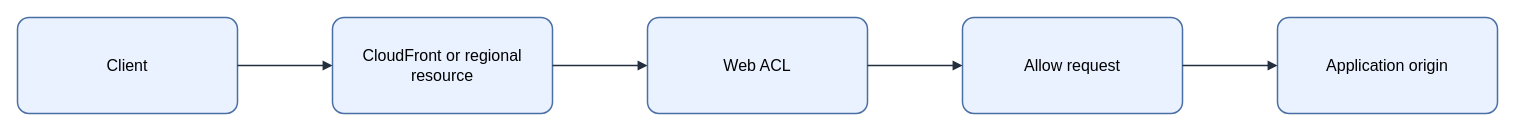
Earlier version of the draw.io diagram assets/img/aws/aws-waf-request-flow.drawio (KKamJi98/kkamji98.github.io). Source tidied: cells renumbered, new cells numbered last; positions are measured from the earlier drawing's top-left corner, leaving out a move shared by most shapes. Both pictures are drawn from the tidied source at 100%, with x=0, y=0 at pixel (17, 17).
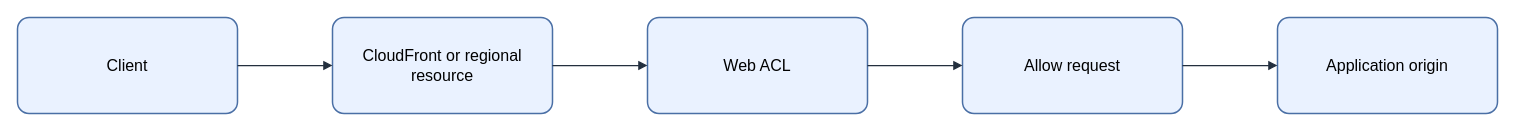
After the change.

Change to the diagram source:
```diff
@@
 <mxGraphModel background="#FFFFFF">
   <root>
     <mxCell id="0" />
     <mxCell id="1" parent="0" />
-    <mxCell id="2" value="&lt;font style=&quot;color: rgb(0, 0, 0);&quot;&gt;Client&lt;/font&gt;" style="rounded=1;arcSize=12;whiteSpace=wrap;html=1;fillColor=#EAF2FF;strokeColor=#4A6FA5;strokeWidth=1.5;fontColor=#000000;fontSize=16;align=center;verticalAlign=middle;spacing=8;shadow=0;" parent="1" vertex="1">
+    <mxCell id="2" value="Client" style="rounded=1;arcSize=12;whiteSpace=wrap;html=0;fillColor=#EAF2FF;strokeColor=#4A6FA5;strokeWidth=1.5;fontColor=#000000;fontSize=16;align=center;verticalAlign=middle;spacing=8;shadow=0;" parent="1" vertex="1">
       <mxGeometry width="220" height="96" as="geometry" />
     </mxCell>
-    <mxCell id="3" value="&lt;font style=&quot;color: rgb(0, 0, 0);&quot;&gt;CloudFront or regional resource&lt;/font&gt;" style="rounded=1;arcSize=12;whiteSpace=wrap;html=1;fillColor=#EAF2FF;strokeColor=#4A6FA5;strokeWidth=1.5;fontColor=#000000;fontSize=16;align=center;verticalAlign=middle;spacing=8;shadow=0;" parent="1" vertex="1">
+    <mxCell id="3" value="CloudFront or regional resource" style="rounded=1;arcSize=12;whiteSpace=wrap;html=0;fillColor=#EAF2FF;strokeColor=#4A6FA5;strokeWidth=1.5;fontColor=#000000;fontSize=16;align=center;verticalAlign=middle;spacing=8;shadow=0;" parent="1" vertex="1">
       <mxGeometry x="315" width="220" height="96" as="geometry" />
     </mxCell>
-    <mxCell id="4" value="&lt;font style=&quot;color: rgb(0, 0, 0);&quot;&gt;Web ACL&lt;/font&gt;" style="rounded=1;arcSize=12;whiteSpace=wrap;html=1;fillColor=#EAF2FF;strokeColor=#4A6FA5;strokeWidth=1.5;fontColor=#000000;fontSize=16;align=center;verticalAlign=middle;spacing=8;shadow=0;" parent="1" vertex="1">
+    <mxCell id="4" value="Web ACL" style="rounded=1;arcSize=12;whiteSpace=wrap;html=0;fillColor=#EAF2FF;strokeColor=#4A6FA5;strokeWidth=1.5;fontColor=#000000;fontSize=16;align=center;verticalAlign=middle;spacing=8;shadow=0;" parent="1" vertex="1">
       <mxGeometry x="630" width="220" height="96" as="geometry" />
     </mxCell>
-    <mxCell id="5" value="&lt;font style=&quot;color: rgb(0, 0, 0);&quot;&gt;Allow request&lt;/font&gt;" style="rounded=1;arcSize=12;whiteSpace=wrap;html=1;fillColor=#EAF2FF;strokeColor=#4A6FA5;strokeWidth=1.5;fontColor=#000000;fontSize=16;align=center;verticalAlign=middle;spacing=8;shadow=0;" parent="1" vertex="1">
+    <mxCell id="5" value="Allow request" style="rounded=1;arcSize=12;whiteSpace=wrap;html=0;fillColor=#EAF2FF;strokeColor=#4A6FA5;strokeWidth=1.5;fontColor=#000000;fontSize=16;align=center;verticalAlign=middle;spacing=8;shadow=0;" parent="1" vertex="1">
       <mxGeometry x="945" width="220" height="96" as="geometry" />
     </mxCell>
-    <mxCell id="6" value="&lt;font style=&quot;color: rgb(0, 0, 0);&quot;&gt;Application origin&lt;/font&gt;" style="rounded=1;arcSize=12;whiteSpace=wrap;html=1;fillColor=#EAF2FF;strokeColor=#4A6FA5;strokeWidth=1.5;fontColor=#000000;fontSize=16;align=center;verticalAlign=middle;spacing=8;shadow=0;" parent="1" vertex="1">
+    <mxCell id="6" value="Application origin" style="rounded=1;arcSize=12;whiteSpace=wrap;html=0;fillColor=#EAF2FF;strokeColor=#4A6FA5;strokeWidth=1.5;fontColor=#000000;fontSize=16;align=center;verticalAlign=middle;spacing=8;shadow=0;" parent="1" vertex="1">
       <mxGeometry x="1260" width="220" height="96" as="geometry" />
     </mxCell>
-    <mxCell id="7" style="edgeStyle=orthogonalEdgeStyle;rounded=0;jettySize=auto;html=1;endArrow=block;endFill=1;strokeColor=#232F3E;strokeWidth=1.5;fontColor=#000000;labelBackgroundColor=none;exitX=1;exitY=0.5;exitDx=0;exitDy=0;entryX=0;entryY=0.5;entryDx=0;entryDy=0;" parent="1" edge="1" source="2" target="3">
+    <mxCell id="7" style="edgeStyle=orthogonalEdgeStyle;rounded=0;jettySize=auto;html=0;endArrow=block;endFill=1;strokeColor=#232F3E;strokeWidth=1.25;fontColor=#000000;labelBackgroundColor=none;exitX=1;exitY=0.5;exitDx=0;exitDy=0;entryX=0;entryY=0.5;entryDx=0;entryDy=0;" parent="1" edge="1" source="2" target="3">
       <mxGeometry relative="1" as="geometry" />
     </mxCell>
-    <mxCell id="8" style="edgeStyle=orthogonalEdgeStyle;rounded=0;jettySize=auto;html=1;endArrow=block;endFill=1;strokeColor=#232F3E;strokeWidth=1.5;fontColor=#000000;labelBackgroundColor=none;exitX=1;exitY=0.5;exitDx=0;exitDy=0;entryX=0;entryY=0.5;entryDx=0;entryDy=0;" parent="1" edge="1" source="3" target="4">
+    <mxCell id="8" style="edgeStyle=orthogonalEdgeStyle;rounded=0;jettySize=auto;html=0;endArrow=block;endFill=1;strokeColor=#232F3E;strokeWidth=1.25;fontColor=#000000;labelBackgroundColor=none;exitX=1;exitY=0.5;exitDx=0;exitDy=0;entryX=0;entryY=0.5;entryDx=0;entryDy=0;" parent="1" edge="1" source="3" target="4">
       <mxGeometry relative="1" as="geometry" />
     </mxCell>
-    <mxCell id="9" style="edgeStyle=orthogonalEdgeStyle;rounded=0;jettySize=auto;html=1;endArrow=block;endFill=1;strokeColor=#232F3E;strokeWidth=1.5;fontColor=#000000;labelBackgroundColor=none;exitX=1;exitY=0.5;exitDx=0;exitDy=0;entryX=0;entryY=0.5;entryDx=0;entryDy=0;" parent="1" edge="1" source="4" target="5">
+    <mxCell id="9" style="edgeStyle=orthogonalEdgeStyle;rounded=0;jettySize=auto;html=0;endArrow=block;endFill=1;strokeColor=#232F3E;strokeWidth=1.25;fontColor=#000000;labelBackgroundColor=none;exitX=1;exitY=0.5;exitDx=0;exitDy=0;entryX=0;entryY=0.5;entryDx=0;entryDy=0;" parent="1" edge="1" source="4" target="5">
       <mxGeometry relative="1" as="geometry" />
     </mxCell>
-    <mxCell id="10" style="edgeStyle=orthogonalEdgeStyle;rounded=0;jettySize=auto;html=1;endArrow=block;endFill=1;strokeColor=#232F3E;strokeWidth=1.5;fontColor=#000000;labelBackgroundColor=none;exitX=1;exitY=0.5;exitDx=0;exitDy=0;entryX=0;entryY=0.5;entryDx=0;entryDy=0;" parent="1" edge="1" source="5" target="6">
+    <mxCell id="10" style="edgeStyle=orthogonalEdgeStyle;rounded=0;jettySize=auto;html=0;endArrow=block;endFill=1;strokeColor=#232F3E;strokeWidth=1.25;fontColor=#000000;labelBackgroundColor=none;exitX=1;exitY=0.5;exitDx=0;exitDy=0;entryX=0;entryY=0.5;entryDx=0;entryDy=0;" parent="1" edge="1" source="5" target="6">
       <mxGeometry relative="1" as="geometry" />
     </mxCell>
   </root>
 </mxGraphModel>
```
